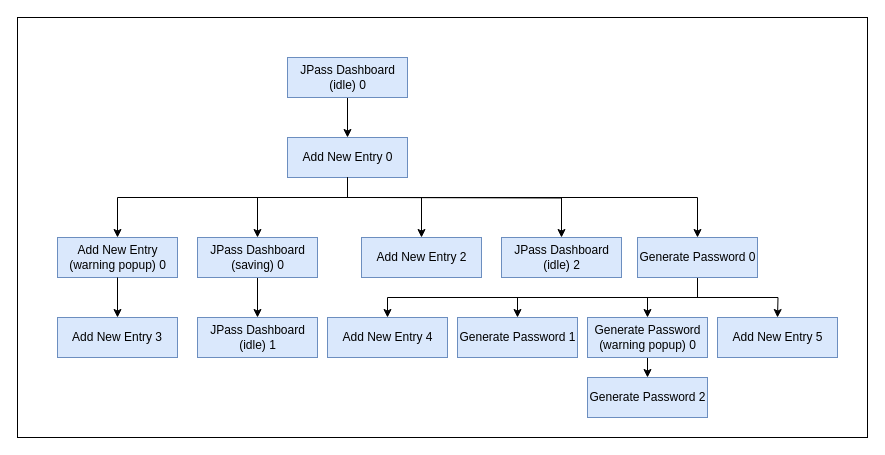
Earlier version of the draw.io diagram qf-test/AddEntryTree_v2.drawio (Telmooo/jpass). Source tidied: cells renumbered, new cells numbered last; positions are measured from the earlier drawing's top-left corner, leaving out a move shared by most shapes. Both pictures are drawn from the tidied source at 100%, with x=0, y=0 at pixel (17, 17).
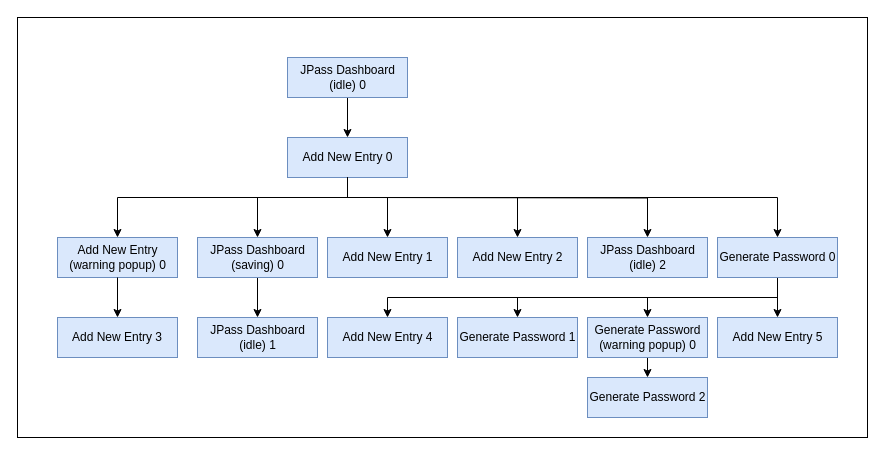
Above is the later version.

Commit message (it also covers changes not shown here):
Fixed Add Entry Tree

Unchanged cells that the change refers to:
```xml
<mxCell id="6" value="Add New Entry 0" style="html=1;fillColor=#dae8fc;strokeColor=#6c8ebf;" parent="1" vertex="1">
  <mxGeometry x="270" y="120" width="120" height="40" as="geometry" />
</mxCell>
```

The edit, as a diff of the source:
```diff
@@
     <mxCell id="5" style="edgeStyle=orthogonalEdgeStyle;rounded=0;jettySize=auto;html=1;exitX=0.5;exitY=1;exitDx=0;exitDy=0;entryX=0.5;entryY=0;entryDx=0;entryDy=0;" parent="1" edge="1" source="6" target="11">
       <mxGeometry relative="1" as="geometry">
         <Array as="points">
           <mxPoint x="330" y="180" />
-          <mxPoint x="404" y="180" />
+          <mxPoint x="500" y="180" />
         </Array>
       </mxGeometry>
     </mxCell>
@@
     <mxCell id="11" value="Add New Entry 2" style="html=1;fillColor=#dae8fc;strokeColor=#6c8ebf;" parent="1" vertex="1">
-      <mxGeometry x="344" y="220" width="120" height="40" as="geometry" />
+      <mxGeometry x="440" y="220" width="120" height="40" as="geometry" />
     </mxCell>
     <mxCell id="12" value="JPass Dashboard&lt;br&gt;(idle) 2" style="html=1;fillColor=#dae8fc;strokeColor=#6c8ebf;" parent="1" vertex="1">
-      <mxGeometry x="484" y="220" width="120" height="40" as="geometry" />
+      <mxGeometry x="570" y="220" width="120" height="40" as="geometry" />
     </mxCell>
@@
     <mxCell id="17" value="Generate Password 0" style="html=1;fillColor=#dae8fc;strokeColor=#6c8ebf;" parent="1" vertex="1">
-      <mxGeometry x="620" y="220" width="120" height="40" as="geometry" />
+      <mxGeometry x="700" y="220" width="120" height="40" as="geometry" />
     </mxCell>
@@
     <mxCell id="27" style="edgeStyle=orthogonalEdgeStyle;rounded=0;jettySize=auto;html=1;exitX=0.5;exitY=1;exitDx=0;exitDy=0;entryX=0.5;entryY=0;entryDx=0;entryDy=0;" parent="1" edge="1" source="6" target="17">
       <mxGeometry relative="1" as="geometry">
         <Array as="points">
           <mxPoint x="330" y="180" />
-          <mxPoint x="680" y="180" />
+          <mxPoint x="760" y="180" />
         </Array>
       </mxGeometry>
     </mxCell>
@@
+    <mxCell id="30" value="Add New Entry 1" style="html=1;fillColor=#dae8fc;strokeColor=#6c8ebf;" parent="1" vertex="1">
+      <mxGeometry x="310" y="220" width="120" height="40" as="geometry" />
+    </mxCell>
+    <mxCell id="31" style="edgeStyle=orthogonalEdgeStyle;rounded=0;jettySize=auto;html=1;exitX=0.5;exitY=1;exitDx=0;exitDy=0;entryX=0.5;entryY=0;entryDx=0;entryDy=0;" parent="1" edge="1" source="6" target="30">
+      <mxGeometry relative="1" as="geometry">
+        <Array as="points">
+          <mxPoint x="330" y="180" />
+          <mxPoint x="370" y="180" />
+        </Array>
+      </mxGeometry>
+    </mxCell>
```
